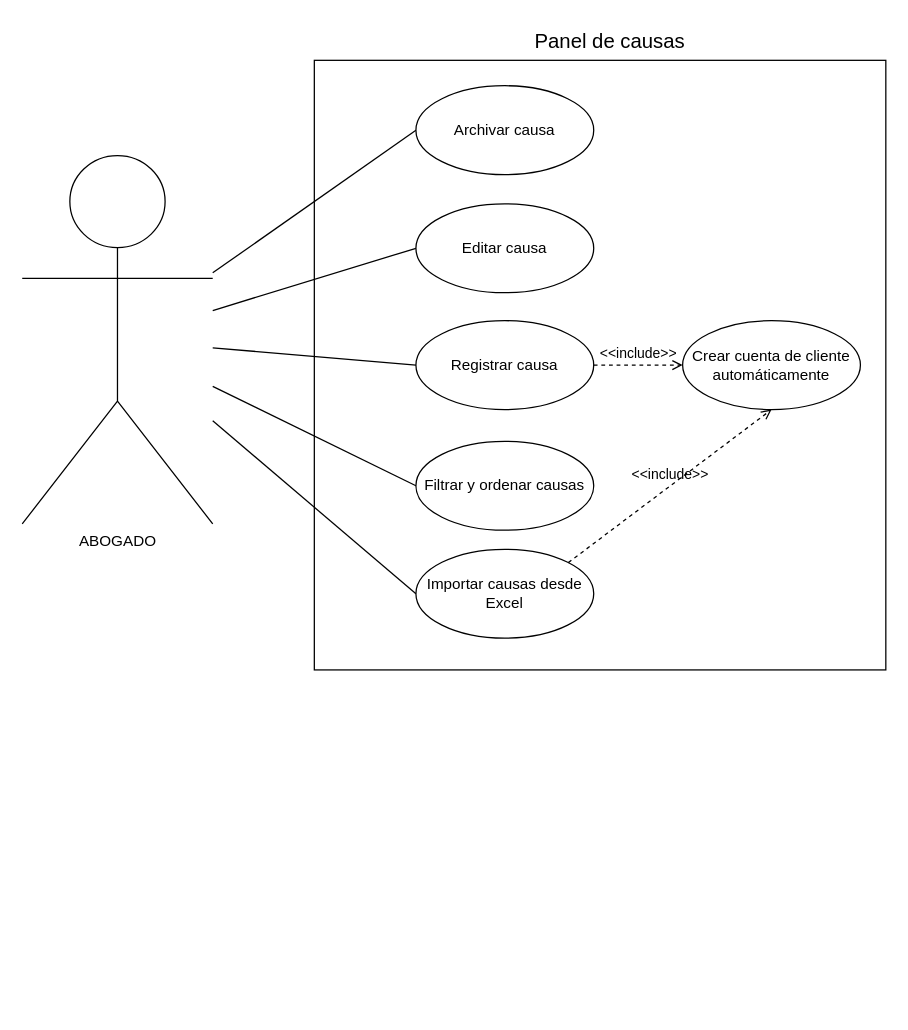
Above: Fase 2/Evidencias Proyecto/Documentacion/Diseño v2/Diagramas/panel_causas_v2.drawio in sebastianroman16/CAPSTONE (draw.io), before the change. Source tidied: cells renumbered, new cells numbered last; positions are measured from the earlier drawing's top-left corner, leaving out a move shared by most shapes. Both pictures are drawn from the tidied source at 127%, with x=0, y=0 at pixel (22, 22).
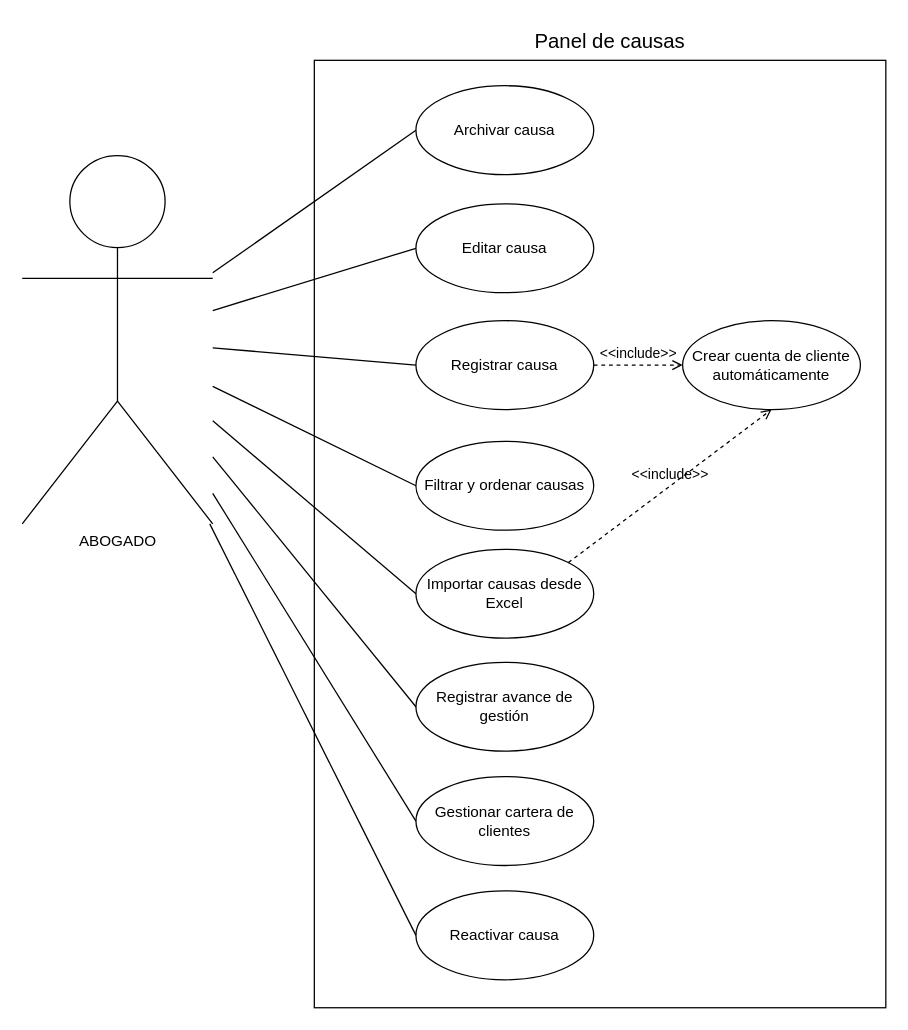
The same page after the edit.

Unchanged cells that the change refers to:
```xml
<mxCell id="2" value="ABOGADO" style="shape=umlActor;html=1;verticalLabelPosition=bottom;verticalAlign=top;align=center;" parent="1" vertex="1">
  <mxGeometry y="105" width="150" height="290" as="geometry" />
</mxCell>
```

What changed in the source:
```diff
@@
     <mxCell id="3" style="rounded=0;whiteSpace=wrap;html=1;" parent="1" vertex="1">
-      <mxGeometry x="230" y="30" width="450" height="480" as="geometry" />
+      <mxGeometry x="230" y="30" width="450" height="746" as="geometry" />
     </mxCell>
@@
+    <mxCell id="18" value="Registrar avance de gestión" style="ellipse;whiteSpace=wrap;html=1;" parent="1" vertex="1">
+      <mxGeometry x="310" y="504" width="140" height="70" as="geometry" />
+    </mxCell>
+    <mxCell id="19" style="edgeStyle=none;html=1;endArrow=none;verticalAlign=bottom;rounded=0;entryX=0;entryY=0.5;entryDx=0;entryDy=0;" parent="1" edge="1" source="2" target="18">
+      <mxGeometry relative="1" as="geometry" />
+    </mxCell>
+    <mxCell id="20" value="Gestionar cartera de clientes" style="ellipse;whiteSpace=wrap;html=1;" parent="1" vertex="1">
+      <mxGeometry x="310" y="594" width="140" height="70" as="geometry" />
+    </mxCell>
+    <mxCell id="21" style="edgeStyle=none;html=1;endArrow=none;verticalAlign=bottom;rounded=0;entryX=0;entryY=0.5;entryDx=0;entryDy=0;" parent="1" edge="1" source="2" target="20">
+      <mxGeometry relative="1" as="geometry" />
+    </mxCell>
+    <mxCell id="22" value="Reactivar causa" style="ellipse;whiteSpace=wrap;html=1;" parent="1" vertex="1">
+      <mxGeometry x="310" y="684" width="140" height="70" as="geometry" />
+    </mxCell>
+    <mxCell id="23" style="edgeStyle=none;html=1;endArrow=none;verticalAlign=bottom;rounded=0;entryX=0;entryY=0.5;entryDx=0;entryDy=0;" parent="1" edge="1" source="2" target="22">
+      <mxGeometry relative="1" as="geometry" />
+    </mxCell>
```
